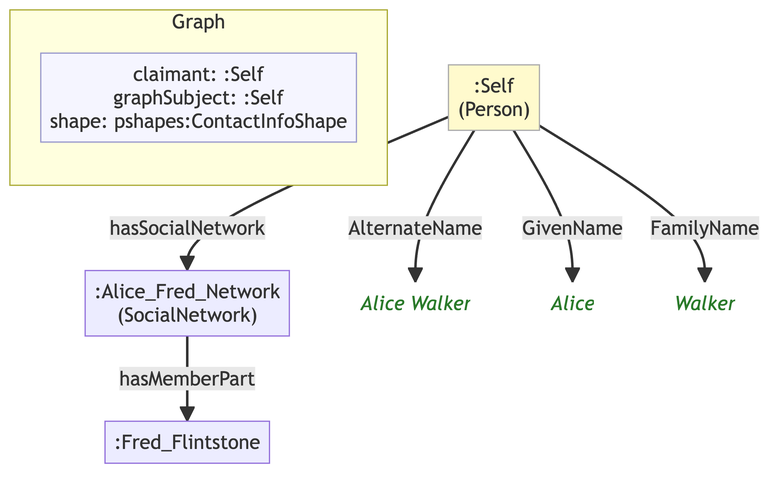
Before: example/graphs/images/graph-29.png, a diagram exported from Mermaid (MeeFoundation/mia-ontologies). Its source is kept beside it as example/graphs/images/graph-29.mmd.
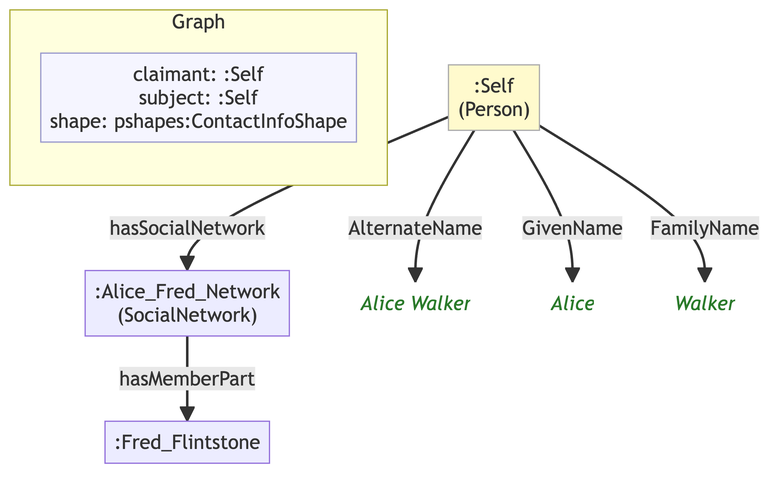
The same diagram one commit later.

Change to the diagram source:
```diff
@@ -7,18 +7,18 @@
 
     subgraph ctx["Graph"]
         direction LR
-        ctx_meta["claimant: :Self\ngraphSubject: :Self\nshape: pshapes:ContactInfoShape"]:::meta
+        ctx_meta["claimant: :Self\nsubject: :Self\nshape: pshapes:ContactInfoShape"]:::meta
     end
 
     ned526b7a31de[":Alice_Fred_Network\n(SocialNetwork)"]
     nf099ac6b6cf7[":Fred_Flintstone"]
     n655e442e50be[":Self\n(Person)"]:::person
-    n48c4ba4f6b59("Alice Walker"):::lit
-    nff7de53be68c("Alice"):::lit
-    n231dd2417221("Walker"):::lit
+    n8c2112125d16("Alice Walker"):::lit
+    n04e93da2aca5("Alice"):::lit
+    n99e7399a3e1f("Walker"):::lit
 
     ned526b7a31de -->|"hasMemberPart"| nf099ac6b6cf7
-    n655e442e50be -->|"AlternateName"| n48c4ba4f6b59
-    n655e442e50be -->|"GivenName"| nff7de53be68c
-    n655e442e50be -->|"FamilyName"| n231dd2417221
+    n655e442e50be -->|"AlternateName"| n8c2112125d16
+    n655e442e50be -->|"GivenName"| n04e93da2aca5
+    n655e442e50be -->|"FamilyName"| n99e7399a3e1f
     n655e442e50be -->|"hasSocialNetwork"| ned526b7a31de
```
